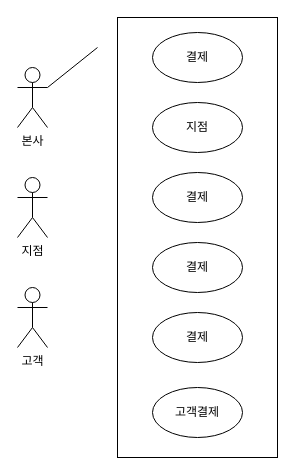
Above: 제목 없는 다이어그램.drawio in soboru3426/kiosk_FE (draw.io), before the change. Source tidied: cells renumbered, new cells numbered last; positions are measured from the earlier drawing's top-left corner, leaving out a move shared by most shapes. Both pictures are drawn from the tidied source at 100%, with x=0, y=0 at pixel (17, 17).
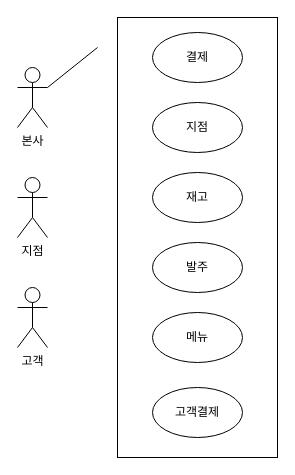
Above is the later version.

Commit message (it also covers changes not shown here):
제목 없는 다이어그램.drawio 업데이트

The edit, as a diff of the source:
```diff
@@
 <mxGraphModel>
   <root>
     <mxCell id="0" />
     <mxCell id="1" parent="0" />
     <mxCell id="2" style="rounded=0;whiteSpace=wrap;html=1;" parent="1" vertex="1">
       <mxGeometry x="100" width="160" height="440" as="geometry" />
     </mxCell>
     <mxCell id="3" value="본사" style="shape=umlActor;verticalLabelPosition=bottom;verticalAlign=top;html=1;outlineConnect=0;" parent="1" vertex="1">
       <mxGeometry y="50" width="30" height="60" as="geometry" />
     </mxCell>
     <mxCell id="4" value="지점" style="shape=umlActor;verticalLabelPosition=bottom;verticalAlign=top;html=1;" parent="1" vertex="1">
       <mxGeometry y="160" width="30" height="60" as="geometry" />
     </mxCell>
     <mxCell id="5" value="고객" style="shape=umlActor;verticalLabelPosition=bottom;verticalAlign=top;html=1;" parent="1" vertex="1">
       <mxGeometry y="270" width="30" height="60" as="geometry" />
     </mxCell>
     <mxCell id="6" style="endArrow=none;html=1;rounded=0;entryX=1;entryY=0.3333333333333333;entryDx=0;entryDy=0;entryPerimeter=0;" parent="1" edge="1" target="3">
       <mxGeometry relative="1" as="geometry">
         <mxPoint x="80" y="30" as="sourcePoint" />
       </mxGeometry>
     </mxCell>
     <mxCell id="7" value="지점" style="ellipse;whiteSpace=wrap;html=1;" parent="1" vertex="1">
       <mxGeometry x="135" y="85" width="90" height="50" as="geometry" />
     </mxCell>
-    <mxCell id="8" value="결제" style="ellipse;whiteSpace=wrap;html=1;" parent="1" vertex="1">
+    <mxCell id="8" value="재고" style="ellipse;whiteSpace=wrap;html=1;" parent="1" vertex="1">
       <mxGeometry x="135" y="155" width="90" height="50" as="geometry" />
     </mxCell>
-    <mxCell id="9" value="결제" style="ellipse;whiteSpace=wrap;html=1;" parent="1" vertex="1">
+    <mxCell id="9" value="발주" style="ellipse;whiteSpace=wrap;html=1;" parent="1" vertex="1">
       <mxGeometry x="135" y="225" width="90" height="50" as="geometry" />
     </mxCell>
-    <mxCell id="10" value="결제" style="ellipse;whiteSpace=wrap;html=1;" parent="1" vertex="1">
+    <mxCell id="10" value="메뉴" style="ellipse;whiteSpace=wrap;html=1;" parent="1" vertex="1">
       <mxGeometry x="135" y="295" width="90" height="50" as="geometry" />
     </mxCell>
     <mxCell id="11" value="고객&lt;span style=&quot;background-color: transparent; color: light-dark(rgb(0, 0, 0), rgb(255, 255, 255));&quot;&gt;결제&lt;/span&gt;" style="ellipse;whiteSpace=wrap;html=1;" parent="1" vertex="1">
       <mxGeometry x="135" y="370" width="90" height="50" as="geometry" />
     </mxCell>
     <mxCell id="12" value="결제" style="ellipse;whiteSpace=wrap;html=1;" parent="1" vertex="1">
       <mxGeometry x="135" y="15" width="90" height="50" as="geometry" />
     </mxCell>
   </root>
 </mxGraphModel>
```
